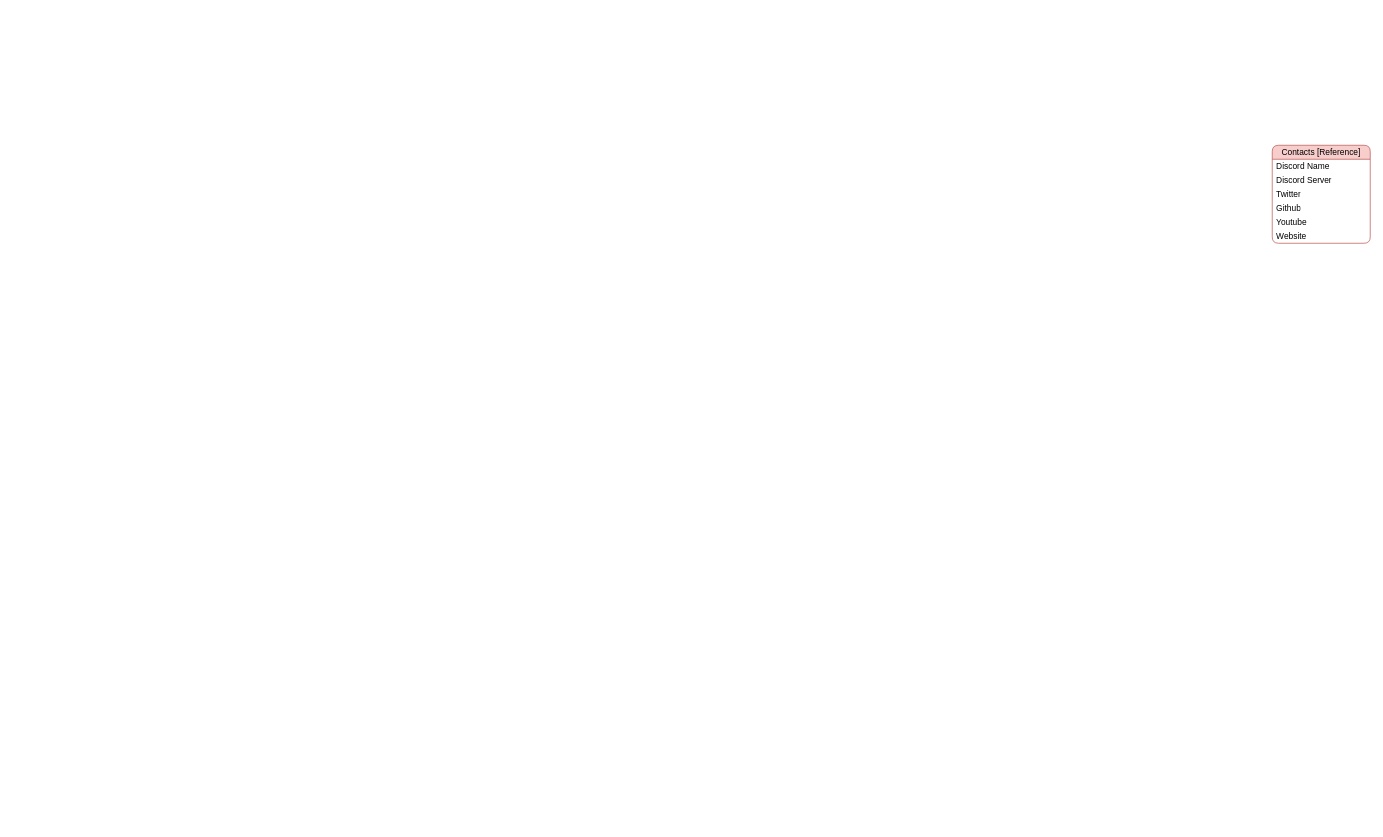
Before: page "Linktree" (4 of 4) of Documents/Layout.drawio in XCR1793/FeatherForge-Website, a draw.io diagram. Source tidied: cells renumbered, new cells numbered last; positions are measured from the earlier drawing's top-left corner, leaving out a move shared by most shapes. Both pictures are drawn from the tidied source at 70%, with x=0, y=0 at pixel (1272, 145).
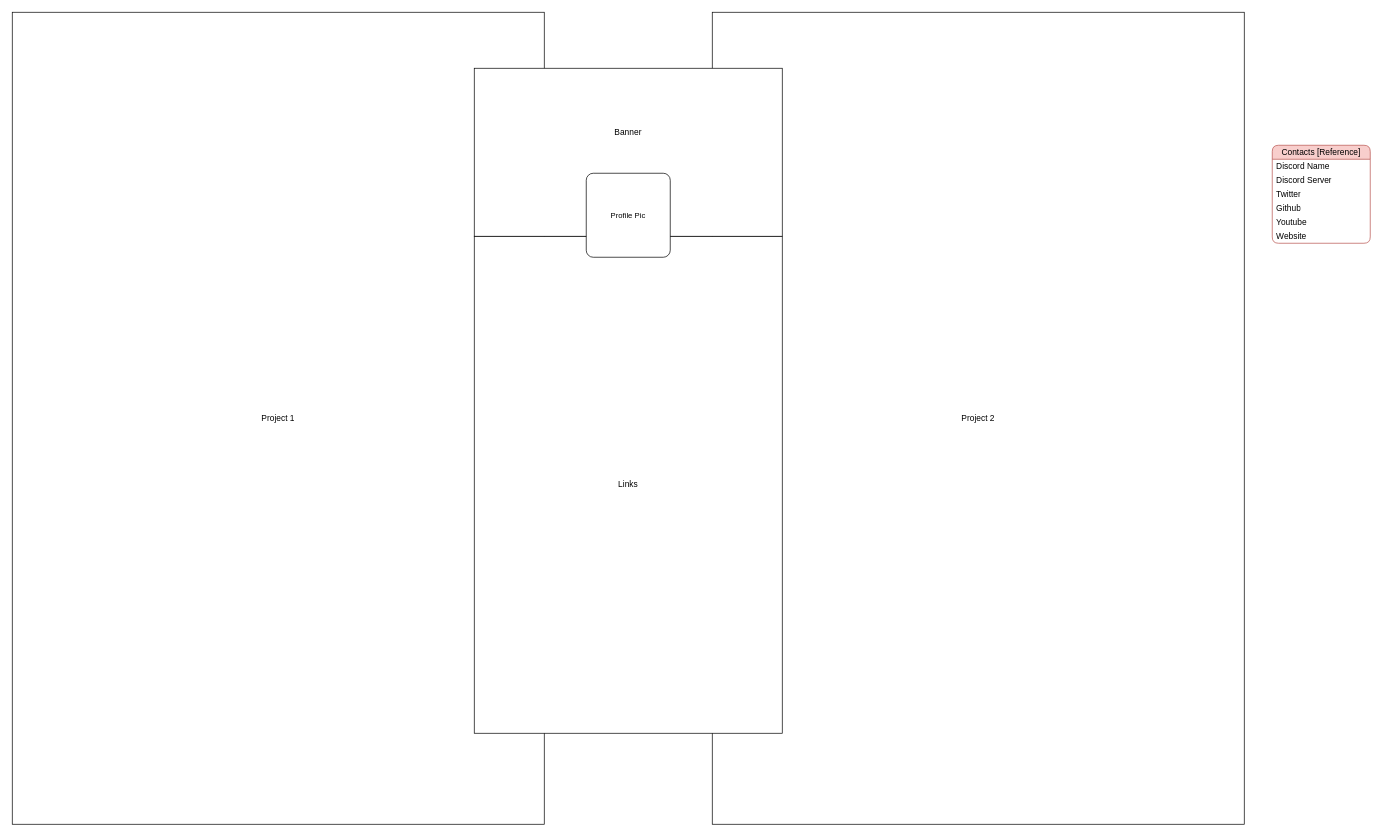
Above is the later version.

Commit message:
Added More Linktree Ideation

What changed in the source:
```diff
@@
 <mxGraphModel>
   <root>
     <mxCell id="0" />
     <mxCell id="1" parent="0" />
     <mxCell id="2" value="Contacts [Reference]" style="swimlane;fontStyle=0;horizontal=1;startSize=20;whiteSpace=wrap;html=1;rounded=1;fillColor=#f8cecc;strokeColor=#b85450;" parent="1" vertex="1">
       <mxGeometry width="140" height="140" as="geometry" />
     </mxCell>
     <mxCell id="3" value="Discord Name" style="text;strokeColor=none;fillColor=none;align=left;verticalAlign=middle;spacingLeft=4;spacingRight=4;overflow=hidden;whiteSpace=wrap;html=1;" parent="2" vertex="1">
       <mxGeometry y="20" width="140" height="20" as="geometry" />
     </mxCell>
     <mxCell id="4" value="Discord Server" style="text;strokeColor=none;fillColor=none;align=left;verticalAlign=middle;spacingLeft=4;spacingRight=4;overflow=hidden;whiteSpace=wrap;html=1;" parent="2" vertex="1">
       <mxGeometry y="40" width="140" height="20" as="geometry" />
     </mxCell>
     <mxCell id="5" value="Twitter" style="text;strokeColor=none;fillColor=none;align=left;verticalAlign=middle;spacingLeft=4;spacingRight=4;overflow=hidden;whiteSpace=wrap;html=1;" parent="2" vertex="1">
       <mxGeometry y="60" width="140" height="20" as="geometry" />
     </mxCell>
     <mxCell id="6" value="Github" style="text;strokeColor=none;fillColor=none;align=left;verticalAlign=middle;spacingLeft=4;spacingRight=4;overflow=hidden;whiteSpace=wrap;html=1;" parent="2" vertex="1">
       <mxGeometry y="80" width="140" height="20" as="geometry" />
     </mxCell>
     <mxCell id="7" value="Youtube" style="text;strokeColor=none;fillColor=none;align=left;verticalAlign=middle;spacingLeft=4;spacingRight=4;overflow=hidden;whiteSpace=wrap;html=1;" parent="2" vertex="1">
       <mxGeometry y="100" width="140" height="20" as="geometry" />
     </mxCell>
     <mxCell id="8" value="Website" style="text;strokeColor=none;fillColor=none;align=left;verticalAlign=middle;spacingLeft=4;spacingRight=4;overflow=hidden;whiteSpace=wrap;html=1;" parent="2" vertex="1">
       <mxGeometry y="120" width="140" height="20" as="geometry" />
     </mxCell>
+    <mxCell id="9" value="Project 1" style="rounded=0;whiteSpace=wrap;html=1;" parent="1" vertex="1">
+      <mxGeometry x="-1800" y="-190" width="760" height="1160" as="geometry" />
+    </mxCell>
+    <mxCell id="10" value="Project 2" style="rounded=0;whiteSpace=wrap;html=1;" parent="1" vertex="1">
+      <mxGeometry x="-800" y="-190" width="760" height="1160" as="geometry" />
+    </mxCell>
+    <mxCell id="11" value="Links" style="rounded=0;whiteSpace=wrap;html=1;" parent="1" vertex="1">
+      <mxGeometry x="-1140" y="130" width="440" height="710" as="geometry" />
+    </mxCell>
+    <mxCell id="12" value="Banner&lt;div&gt;&lt;br&gt;&lt;/div&gt;&lt;div&gt;&lt;br&gt;&lt;/div&gt;&lt;div&gt;&lt;br&gt;&lt;/div&gt;&lt;div&gt;&lt;br&gt;&lt;/div&gt;" style="rounded=0;whiteSpace=wrap;html=1;" parent="1" vertex="1">
+      <mxGeometry x="-1140" y="-110" width="440" height="240" as="geometry" />
+    </mxCell>
+    <mxCell id="13" value="Profile Pic" style="rounded=1;whiteSpace=wrap;html=1;fontFamily=Helvetica;fontSize=11;fontColor=default;labelBackgroundColor=default;absoluteArcSize=1;" parent="1" vertex="1">
+      <mxGeometry x="-980" y="40" width="120" height="120" as="geometry" />
+    </mxCell>
   </root>
 </mxGraphModel>
```
